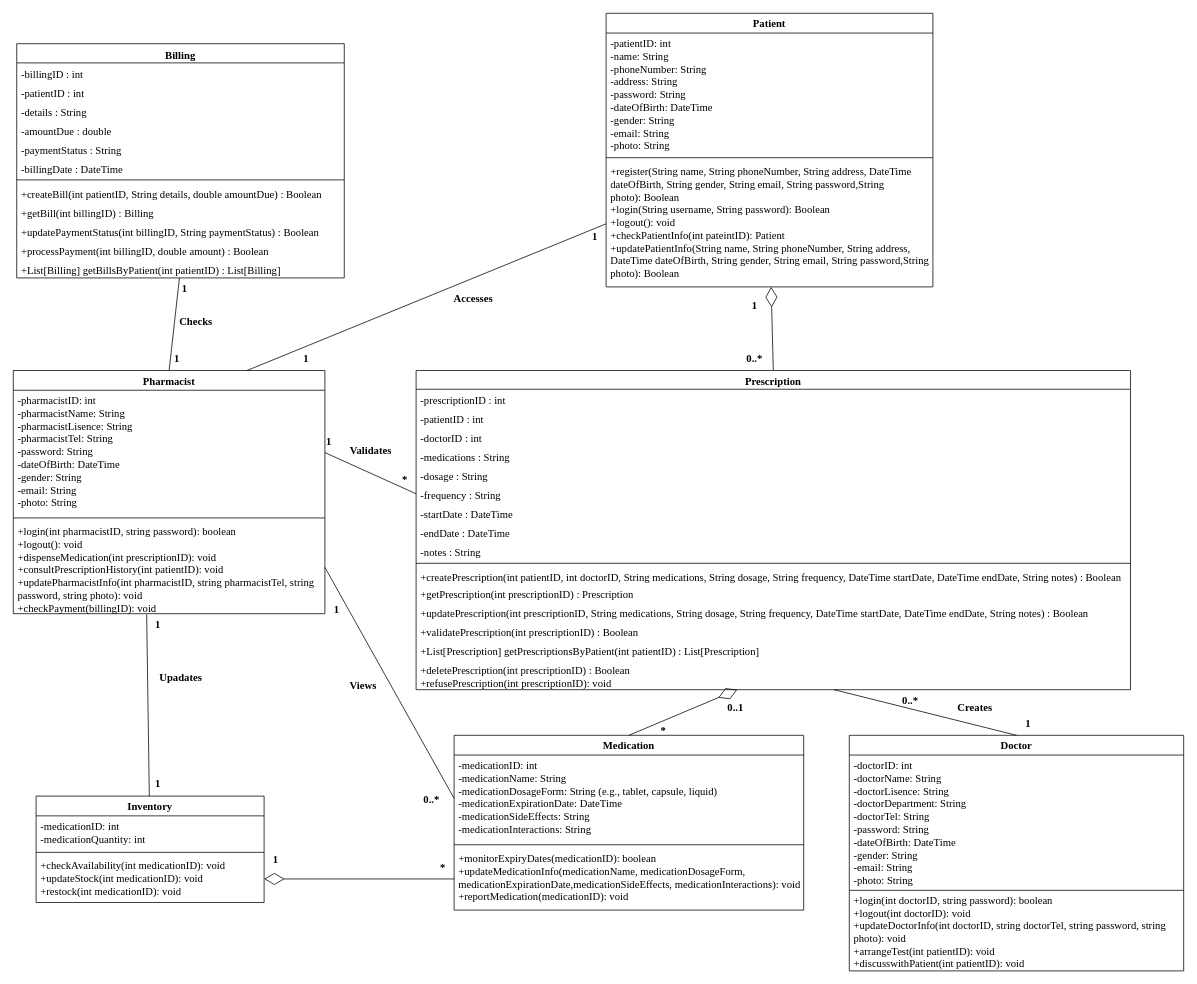
FOMOKN/Software-Engineering keeps this draw.io diagram as Class Diagram_Pharmacy.drawio. Above is the earlier version. Source tidied: cells renumbered, new cells numbered last; positions are measured from the earlier drawing's top-left corner, leaving out a move shared by most shapes. Both pictures are drawn from the tidied source at 76%, with x=0, y=0 at pixel (13, 13).
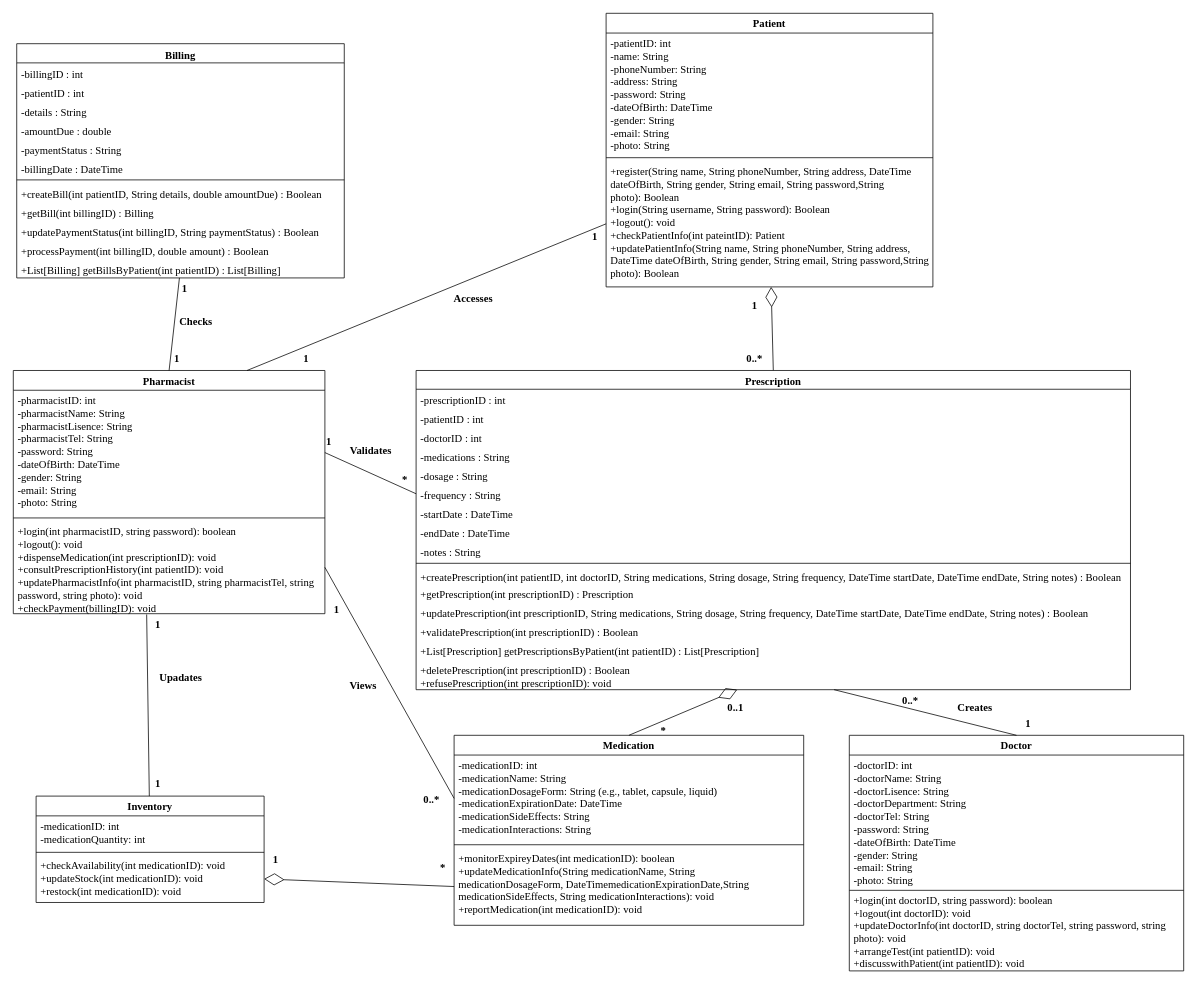
Above is the later version.

What changed in the source:
```diff
@@
     <mxCell id="2" value="Medication" style="swimlane;fontStyle=1;align=center;verticalAlign=top;horizontal=1;startSize=26;whiteSpace=wrap;html=1;fontFamily=Times New Roman;fontSize=14;" parent="1" vertex="1">
-      <mxGeometry x="580" y="950" width="460" height="230" as="geometry" />
+      <mxGeometry x="580" y="950" width="460" height="250" as="geometry" />
     </mxCell>
@@
-    <mxCell id="5" value="+monitorExpiryDates(medicationID):&amp;nbsp;boolean&lt;br&gt;+updateMedicationInfo(medicationName, medicationDosageForm, medicationExpirationDate,medicationSideEffects, medicationInteractions):&amp;nbsp;void&lt;br&gt;+reportMedication(medicationID):&amp;nbsp;void" style="text;strokeColor=none;fillColor=none;align=left;verticalAlign=top;spacingLeft=4;spacingRight=4;overflow=hidden;points=[[0,0.5],[1,0.5]];portConstraint=eastwest;whiteSpace=wrap;html=1;fontFamily=Times New Roman;fontSize=14;" parent="2" vertex="1">
-      <mxGeometry y="148" width="460" height="82" as="geometry" />
+    <mxCell id="5" value="+monitorExpireyDates(int medicationID):&amp;nbsp;boolean&lt;br&gt;+updateMedicationInfo(String medicationName, String medicationDosageForm, DateTimemedicationExpirationDate,String medicationSideEffects, String medicationInteractions):&amp;nbsp;void&lt;br&gt;+reportMedication(int medicationID):&amp;nbsp;void" style="text;strokeColor=none;fillColor=none;align=left;verticalAlign=top;spacingLeft=4;spacingRight=4;overflow=hidden;points=[[0,0.5],[1,0.5]];portConstraint=eastwest;whiteSpace=wrap;html=1;fontFamily=Times New Roman;fontSize=14;" parent="2" vertex="1">
+      <mxGeometry y="148" width="460" height="102" as="geometry" />
     </mxCell>
```
